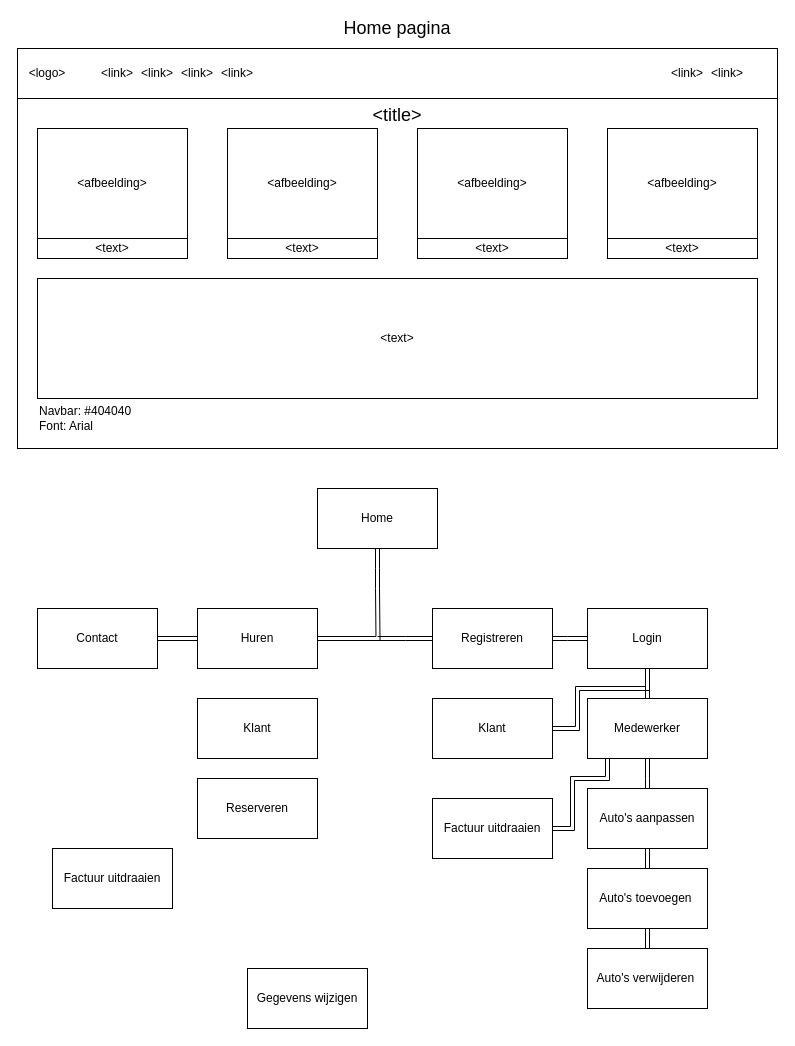
Above: Homepage.drawio in Vishay142/rentacar (draw.io), before the change. Source tidied: cells renumbered, new cells numbered last; positions are measured from the earlier drawing's top-left corner, leaving out a move shared by most shapes. Both pictures are drawn from the tidied source at 100%, with x=0, y=0 at pixel (17, 18).
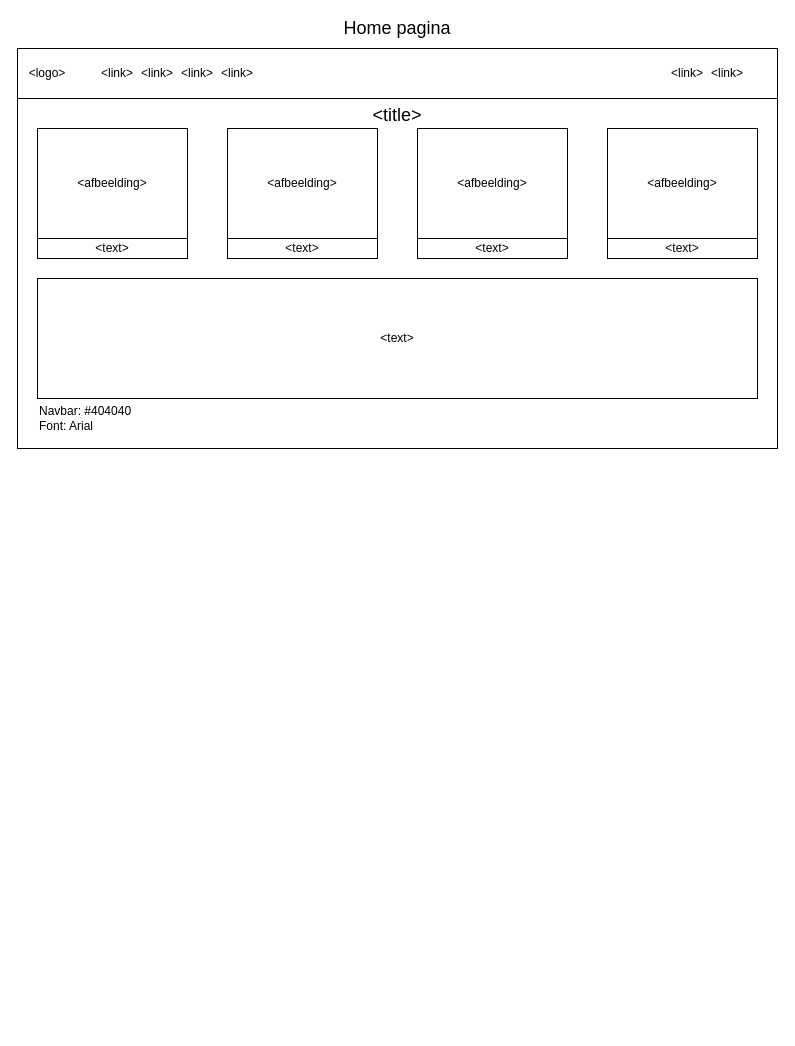
The same diagram, later.

Change to the diagram source:
```diff
@@
-    <mxCell id="15" style="edgeStyle=orthogonalEdgeStyle;shape=link;rounded=0;jettySize=auto;html=1;" parent="1" edge="1" source="16">
-      <mxGeometry relative="1" as="geometry">
-        <mxPoint x="360" y="570" as="targetPoint" />
-      </mxGeometry>
-    </mxCell>
-    <mxCell id="16" value="Home" style="rounded=0;whiteSpace=wrap;html=1;" parent="1" vertex="1">
-      <mxGeometry x="300" y="470" width="120" height="60" as="geometry" />
-    </mxCell>
-    <mxCell id="17" value="Contact" style="rounded=0;whiteSpace=wrap;html=1;" parent="1" vertex="1">
-      <mxGeometry x="20" y="590" width="120" height="60" as="geometry" />
-    </mxCell>
-    <mxCell id="18" style="edgeStyle=orthogonalEdgeStyle;shape=link;rounded=0;jettySize=auto;html=1;" parent="1" edge="1" source="20" target="23">
-      <mxGeometry relative="1" as="geometry" />
-    </mxCell>
-    <mxCell id="19" style="edgeStyle=orthogonalEdgeStyle;shape=link;rounded=0;jettySize=auto;html=1;entryX=1;entryY=0.5;entryDx=0;entryDy=0;" parent="1" edge="1" source="20" target="45">
-      <mxGeometry relative="1" as="geometry">
-        <Array as="points">
-          <mxPoint x="630" y="670" />
-          <mxPoint x="560" y="670" />
-          <mxPoint x="560" y="710" />
-        </Array>
-      </mxGeometry>
-    </mxCell>
-    <mxCell id="20" value="Login" style="rounded=0;whiteSpace=wrap;html=1;" parent="1" vertex="1">
-      <mxGeometry x="570" y="590" width="120" height="60" as="geometry" />
-    </mxCell>
-    <mxCell id="21" value="Factuur uitdraaien" style="rounded=0;whiteSpace=wrap;html=1;" parent="1" vertex="1">
-      <mxGeometry x="415" y="780" width="120" height="60" as="geometry" />
-    </mxCell>
-    <mxCell id="22" style="edgeStyle=orthogonalEdgeStyle;shape=link;rounded=0;jettySize=auto;html=1;entryX=1;entryY=0.5;entryDx=0;entryDy=0;" parent="1" edge="1" source="23" target="21">
-      <mxGeometry relative="1" as="geometry">
-        <Array as="points">
-          <mxPoint x="590" y="760" />
-          <mxPoint x="555" y="760" />
-          <mxPoint x="555" y="810" />
-        </Array>
-      </mxGeometry>
-    </mxCell>
-    <mxCell id="23" value="Medewerker" style="rounded=0;whiteSpace=wrap;html=1;" parent="1" vertex="1">
-      <mxGeometry x="570" y="680" width="120" height="60" as="geometry" />
-    </mxCell>
-    <mxCell id="24" style="edgeStyle=orthogonalEdgeStyle;shape=link;rounded=0;jettySize=auto;html=1;" parent="1" edge="1" source="25" target="23">
-      <mxGeometry relative="1" as="geometry" />
-    </mxCell>
-    <mxCell id="25" value="Auto's aanpassen" style="rounded=0;whiteSpace=wrap;html=1;" parent="1" vertex="1">
-      <mxGeometry x="570" y="770" width="120" height="60" as="geometry" />
-    </mxCell>
-    <mxCell id="26" style="edgeStyle=orthogonalEdgeStyle;shape=link;rounded=0;jettySize=auto;html=1;" parent="1" edge="1" source="28" target="35">
-      <mxGeometry relative="1" as="geometry" />
-    </mxCell>
-    <mxCell id="27" style="edgeStyle=orthogonalEdgeStyle;shape=link;rounded=0;jettySize=auto;html=1;" parent="1" edge="1" source="28" target="25">
-      <mxGeometry relative="1" as="geometry" />
-    </mxCell>
-    <mxCell id="28" value="Auto's toevoegen&amp;nbsp;" style="rounded=0;whiteSpace=wrap;html=1;" parent="1" vertex="1">
-      <mxGeometry x="570" y="850" width="120" height="60" as="geometry" />
-    </mxCell>
@@
-    <mxCell id="34" value="Reserveren" style="rounded=0;whiteSpace=wrap;html=1;" parent="1" vertex="1">
-      <mxGeometry x="180" y="760" width="120" height="60" as="geometry" />
-    </mxCell>
-    <mxCell id="35" value="Auto's verwijderen&amp;nbsp;" style="rounded=0;whiteSpace=wrap;html=1;" parent="1" vertex="1">
-      <mxGeometry x="570" y="930" width="120" height="60" as="geometry" />
-    </mxCell>
-    <mxCell id="36" style="edgeStyle=orthogonalEdgeStyle;shape=link;rounded=0;jettySize=auto;html=1;" parent="1" edge="1" source="38">
-      <mxGeometry relative="1" as="geometry">
-        <mxPoint x="360" y="570" as="targetPoint" />
-      </mxGeometry>
-    </mxCell>
-    <mxCell id="37" style="edgeStyle=orthogonalEdgeStyle;shape=link;rounded=0;jettySize=auto;html=1;" parent="1" edge="1" source="38" target="17">
-      <mxGeometry relative="1" as="geometry" />
-    </mxCell>
-    <mxCell id="38" value="Huren" style="rounded=0;whiteSpace=wrap;html=1;" parent="1" vertex="1">
-      <mxGeometry x="180" y="590" width="120" height="60" as="geometry" />
-    </mxCell>
-    <mxCell id="39" style="edgeStyle=orthogonalEdgeStyle;shape=link;rounded=0;jettySize=auto;html=1;" parent="1" edge="1" source="41">
-      <mxGeometry relative="1" as="geometry">
-        <mxPoint x="360" y="620" as="targetPoint" />
-      </mxGeometry>
-    </mxCell>
-    <mxCell id="40" style="edgeStyle=orthogonalEdgeStyle;rounded=0;jettySize=auto;html=1;shape=link;" parent="1" edge="1" source="41" target="20">
-      <mxGeometry relative="1" as="geometry" />
-    </mxCell>
-    <mxCell id="41" value="Registreren" style="rounded=0;whiteSpace=wrap;html=1;" parent="1" vertex="1">
-      <mxGeometry x="415" y="590" width="120" height="60" as="geometry" />
-    </mxCell>
-    <mxCell id="42" value="Gegevens wijzigen" style="rounded=0;whiteSpace=wrap;html=1;" parent="1" vertex="1">
-      <mxGeometry x="230" y="950" width="120" height="60" as="geometry" />
-    </mxCell>
@@
-    <mxCell id="45" value="Klant" style="rounded=0;whiteSpace=wrap;html=1;" parent="1" vertex="1">
-      <mxGeometry x="415" y="680" width="120" height="60" as="geometry" />
-    </mxCell>
-    <mxCell id="46" value="Factuur uitdraaien" style="rounded=0;whiteSpace=wrap;html=1;" parent="1" vertex="1">
-      <mxGeometry x="35" y="830" width="120" height="60" as="geometry" />
-    </mxCell>
@@
-    <mxCell id="48" value="Klant" style="rounded=0;whiteSpace=wrap;html=1;" parent="1" vertex="1">
-      <mxGeometry x="180" y="680" width="120" height="60" as="geometry" />
-    </mxCell>
```
